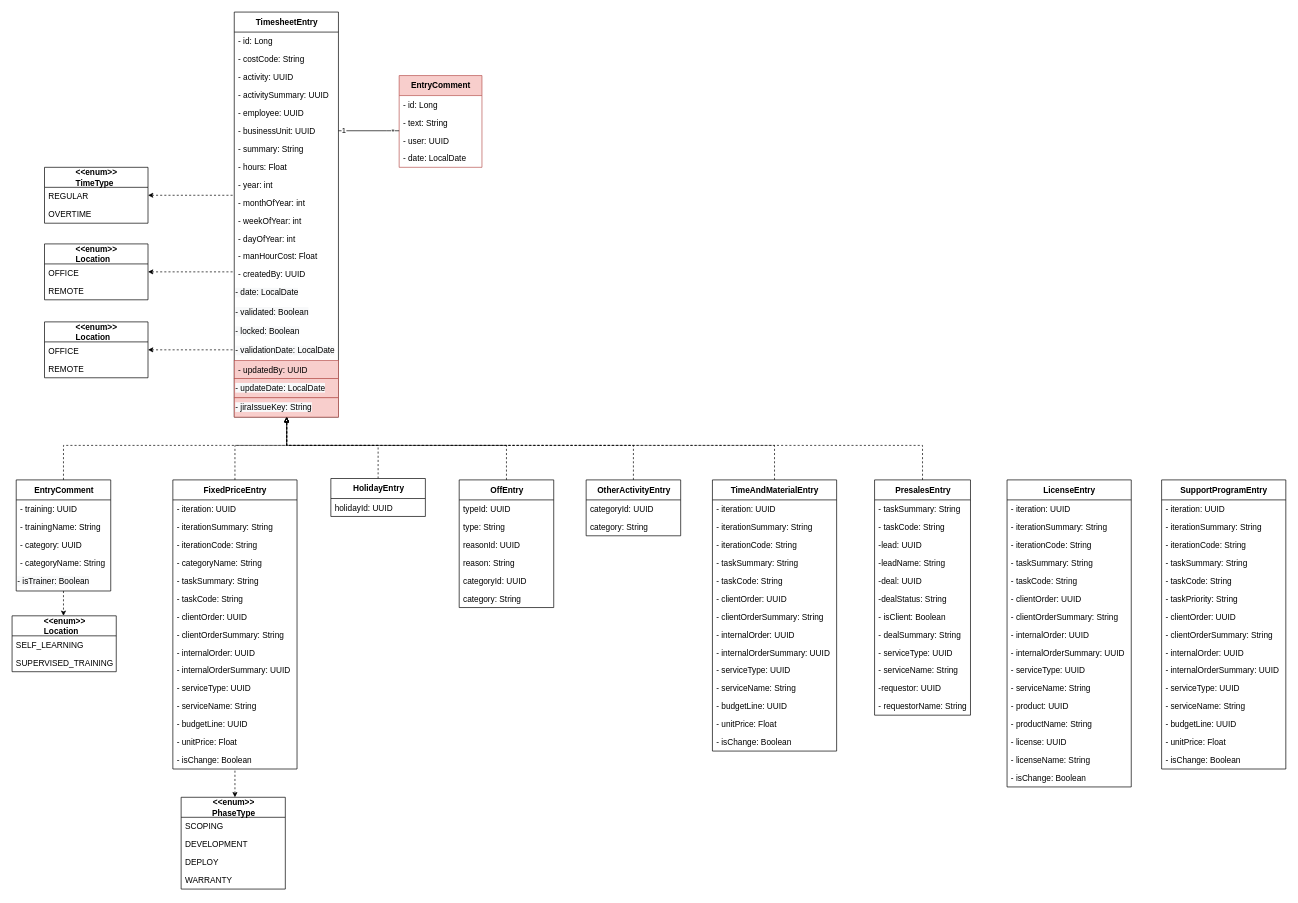
Earlier version of the draw.io diagram Sprint4/_DiagrammeClasseTimesheet.drawio (ZidiMedAmine/UML). Source tidied: cells renumbered, new cells numbered last; positions are measured from the earlier drawing's top-left corner, leaving out a move shared by most shapes. Both pictures are drawn from the tidied source at 69%, with x=0, y=0 at pixel (12, 12).
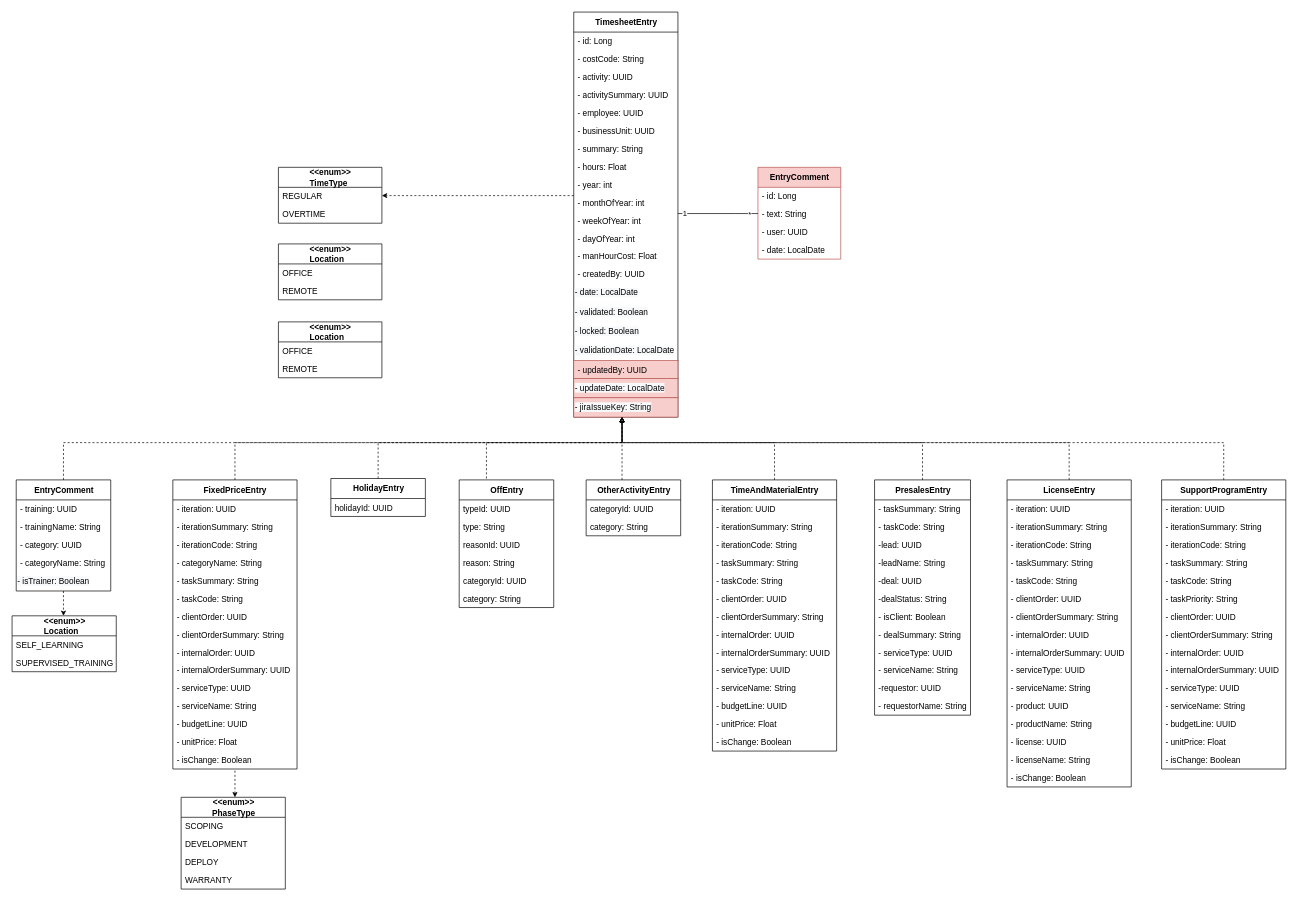
The same page after the edit.

Unchanged cells that the change refers to:
```xml
<mxCell id="8" value="- businessUnit: UUID" style="text;strokeColor=none;fillColor=none;align=left;verticalAlign=top;spacingLeft=4;spacingRight=4;overflow=hidden;points=[[0,0.5],[1,0.5]];portConstraint=eastwest;fontStyle=0;" parent="2" vertex="1">
  <mxGeometry y="159" width="151" height="26" as="geometry" />
</mxCell>
<mxCell id="45" value="&lt;b&gt;EntryComment&lt;/b&gt;" style="swimlane;fontStyle=0;align=center;verticalAlign=middle;horizontal=1;startSize=29;html=1;fontSize=12;labelPosition=center;verticalLabelPosition=middle;swimlaneLine=1;rounded=0;shadow=0;glass=0;sketch=0;perimeterSpacing=0;" parent="1" vertex="1">
  <mxGeometry x="6" y="678" width="137" height="161" as="geometry" />
</mxCell>
<mxCell id="56" value="&lt;b&gt;FixedPriceEntry&lt;/b&gt;" style="swimlane;fontStyle=0;align=center;verticalAlign=middle;horizontal=1;startSize=29;html=1;fontSize=12;labelPosition=center;verticalLabelPosition=middle;swimlaneLine=1;rounded=0;shadow=0;glass=0;sketch=0;perimeterSpacing=0;" parent="1" vertex="1">
  <mxGeometry x="233" y="678" width="180" height="419" as="geometry" />
</mxCell>
<mxCell id="79" value="&lt;span style=&quot;text-align: left&quot;&gt;&lt;b&gt;HolidayEntry&lt;/b&gt;&lt;/span&gt;" style="swimlane;fontStyle=0;align=center;verticalAlign=middle;horizontal=1;startSize=29;html=1;fontSize=12;labelPosition=center;verticalLabelPosition=middle;swimlaneLine=1;rounded=0;shadow=0;glass=0;sketch=0;perimeterSpacing=0;" parent="1" vertex="1">
  <mxGeometry x="462" y="676" width="137" height="55" as="geometry" />
</mxCell>
<mxCell id="82" value="&lt;div style=&quot;text-align: left&quot;&gt;&lt;span&gt;&lt;b&gt;OffEntry&lt;/b&gt;&lt;/span&gt;&lt;/div&gt;" style="swimlane;fontStyle=0;align=center;verticalAlign=middle;horizontal=1;startSize=29;html=1;fontSize=12;labelPosition=center;verticalLabelPosition=middle;swimlaneLine=1;rounded=0;shadow=0;glass=0;sketch=0;perimeterSpacing=0;" parent="1" vertex="1">
  <mxGeometry x="648" y="678" width="137" height="185" as="geometry" />
</mxCell>
<mxCell id="90" value="&lt;div style=&quot;text-align: left&quot;&gt;&lt;b&gt;OtherActivityEntry&lt;/b&gt;&lt;br&gt;&lt;/div&gt;" style="swimlane;fontStyle=0;align=center;verticalAlign=middle;horizontal=1;startSize=29;html=1;fontSize=12;labelPosition=center;verticalLabelPosition=middle;swimlaneLine=1;rounded=0;shadow=0;glass=0;sketch=0;perimeterSpacing=0;" parent="1" vertex="1">
  <mxGeometry x="832" y="678" width="137" height="81" as="geometry" />
</mxCell>
<mxCell id="94" value="&lt;b&gt;TimeAndMaterialEntry&lt;/b&gt;" style="swimlane;fontStyle=0;align=center;verticalAlign=middle;horizontal=1;startSize=29;html=1;fontSize=12;labelPosition=center;verticalLabelPosition=middle;swimlaneLine=1;rounded=0;shadow=0;glass=0;sketch=0;perimeterSpacing=0;" parent="1" vertex="1">
  <mxGeometry x="1015" y="678" width="180" height="393" as="geometry" />
</mxCell>
<mxCell id="110" value="&lt;div style=&quot;text-align: left&quot;&gt;&lt;b&gt;PresalesEntry&lt;/b&gt;&lt;br&gt;&lt;/div&gt;" style="swimlane;fontStyle=0;align=center;verticalAlign=middle;horizontal=1;startSize=29;html=1;fontSize=12;labelPosition=center;verticalLabelPosition=middle;swimlaneLine=1;rounded=0;shadow=0;glass=0;sketch=0;perimeterSpacing=0;" parent="1" vertex="1">
  <mxGeometry x="1250" y="678" width="139" height="341" as="geometry" />
</mxCell>
<mxCell id="123" value="&lt;b&gt;LicenseEntry&lt;/b&gt;" style="swimlane;fontStyle=0;align=center;verticalAlign=middle;horizontal=1;startSize=29;html=1;fontSize=12;labelPosition=center;verticalLabelPosition=middle;swimlaneLine=1;rounded=0;shadow=0;glass=0;sketch=0;perimeterSpacing=0;" parent="1" vertex="1">
  <mxGeometry x="1442" y="678" width="180" height="445" as="geometry" />
</mxCell>
<mxCell id="140" value="&lt;b&gt;SupportProgramEntry&lt;/b&gt;" style="swimlane;fontStyle=0;align=center;verticalAlign=middle;horizontal=1;startSize=29;html=1;fontSize=12;labelPosition=center;verticalLabelPosition=middle;swimlaneLine=1;rounded=0;shadow=0;glass=0;sketch=0;perimeterSpacing=0;" parent="1" vertex="1">
  <mxGeometry x="1666" y="678" width="180" height="419" as="geometry" />
</mxCell>
```

What changed in the source:
```diff
@@
     <mxCell id="2" value="&lt;b&gt;TimesheetEntry&lt;/b&gt;" style="swimlane;fontStyle=0;align=center;verticalAlign=middle;horizontal=1;startSize=29;html=1;fontSize=12;labelPosition=center;verticalLabelPosition=middle;strokeColor=default;swimlaneLine=1;rounded=0;shadow=0;glass=0;sketch=0;perimeterSpacing=0;" parent="1" vertex="1">
-      <mxGeometry x="322" width="151" height="587" as="geometry" />
+      <mxGeometry x="814" width="151" height="587" as="geometry" />
     </mxCell>
@@
-    <mxCell id="24" style="edgeStyle=orthogonalEdgeStyle;rounded=0;jettySize=auto;html=1;startArrow=classic;startFill=1;endArrow=none;endFill=0;endSize=5;startSize=5;dashed=1;" parent="1" edge="1" source="25" target="2">
+    <mxCell id="24" style="edgeStyle=orthogonalEdgeStyle;rounded=0;jettySize=auto;html=1;startArrow=none;startFill=0;endArrow=block;endFill=0;endSize=5;startSize=5;dashed=1;" parent="1" edge="1" source="79" target="2">
       <mxGeometry relative="1" as="geometry">
         <Array as="points">
-          <mxPoint x="265" y="265" />
-          <mxPoint x="265" y="265" />
+          <mxPoint x="531" y="624" />
+          <mxPoint x="884" y="624" />
         </Array>
       </mxGeometry>
     </mxCell>
     <mxCell id="25" value="&lt;b&gt;&amp;lt;&amp;lt;enum&amp;gt;&amp;gt;&lt;/b&gt;&lt;br&gt;&lt;div style=&quot;text-align: left&quot;&gt;&lt;span&gt;&lt;b&gt;TimeType&lt;/b&gt;&lt;/span&gt;&lt;/div&gt;" style="swimlane;fontStyle=0;align=center;verticalAlign=middle;horizontal=1;startSize=29;html=1;fontSize=12;labelPosition=center;verticalLabelPosition=middle;swimlaneLine=1;rounded=0;sketch=0;glass=0;" parent="1" vertex="1">
-      <mxGeometry x="47" y="225" width="150" height="81" as="geometry" />
+      <mxGeometry x="386" y="225" width="150" height="81" as="geometry" />
     </mxCell>
@@
-    <mxCell id="28" style="edgeStyle=orthogonalEdgeStyle;rounded=0;jettySize=auto;html=1;dashed=1;startArrow=classic;startFill=1;endArrow=none;endFill=0;startSize=5;endSize=5;" parent="1" edge="1" source="29" target="2">
-      <mxGeometry relative="1" as="geometry">
-        <Array as="points">
-          <mxPoint x="261" y="377" />
-          <mxPoint x="261" y="377" />
-        </Array>
-      </mxGeometry>
-    </mxCell>
     <mxCell id="29" value="&lt;b&gt;&amp;lt;&amp;lt;enum&amp;gt;&amp;gt;&lt;/b&gt;&lt;br&gt;&lt;div style=&quot;text-align: left&quot;&gt;&lt;b&gt;Location&lt;/b&gt;&lt;br&gt;&lt;/div&gt;" style="swimlane;fontStyle=0;align=center;verticalAlign=middle;horizontal=1;startSize=29;html=1;fontSize=12;labelPosition=center;verticalLabelPosition=middle;swimlaneLine=1;rounded=0;sketch=0;glass=0;" parent="1" vertex="1">
-      <mxGeometry x="47" y="336" width="150" height="81" as="geometry" />
+      <mxGeometry x="386" y="336" width="150" height="81" as="geometry" />
     </mxCell>
@@
-    <mxCell id="32" style="edgeStyle=orthogonalEdgeStyle;rounded=0;jettySize=auto;html=1;dashed=1;startArrow=classic;startFill=1;endArrow=none;endFill=0;startSize=5;endSize=5;" parent="1" edge="1" source="33" target="2">
-      <mxGeometry relative="1" as="geometry">
-        <Array as="points">
-          <mxPoint x="287" y="490" />
-          <mxPoint x="287" y="490" />
-        </Array>
-      </mxGeometry>
-    </mxCell>
     <mxCell id="33" value="&lt;b&gt;&amp;lt;&amp;lt;enum&amp;gt;&amp;gt;&lt;/b&gt;&lt;br&gt;&lt;div style=&quot;text-align: left&quot;&gt;&lt;b&gt;Location&lt;/b&gt;&lt;br&gt;&lt;/div&gt;" style="swimlane;fontStyle=0;align=center;verticalAlign=middle;horizontal=1;startSize=29;html=1;fontSize=12;labelPosition=center;verticalLabelPosition=middle;swimlaneLine=1;rounded=0;sketch=0;glass=0;" parent="1" vertex="1">
-      <mxGeometry x="47" y="449" width="150" height="81" as="geometry" />
+      <mxGeometry x="386" y="449" width="150" height="81" as="geometry" />
     </mxCell>
@@
     <mxCell id="36" value="&lt;b&gt;EntryComment&lt;/b&gt;" style="swimlane;fontStyle=0;align=center;verticalAlign=middle;horizontal=1;startSize=29;html=1;fontSize=12;labelPosition=center;verticalLabelPosition=middle;strokeColor=#b85450;swimlaneLine=1;rounded=0;shadow=0;glass=0;sketch=0;perimeterSpacing=0;fillColor=#f8cecc;" parent="1" vertex="1">
-      <mxGeometry x="561" y="92" width="120" height="133" as="geometry" />
+      <mxGeometry x="1081" y="225" width="120" height="133" as="geometry" />
     </mxCell>
@@
-    <mxCell id="41" style="edgeStyle=orthogonalEdgeStyle;rounded=0;jettySize=auto;html=1;startArrow=none;startFill=0;endArrow=none;endFill=0;startSize=5;endSize=5;" parent="1" edge="1" source="8" target="36">
+    <mxCell id="41" style="edgeStyle=orthogonalEdgeStyle;rounded=0;jettySize=auto;html=1;startArrow=none;startFill=0;endArrow=none;endFill=0;startSize=5;endSize=5;" parent="1" edge="1" source="2" target="36">
       <mxGeometry relative="1" as="geometry">
         <Array as="points">
-          <mxPoint x="543" y="172" />
-          <mxPoint x="543" y="172" />
+          <mxPoint x="1049" y="292" />
+          <mxPoint x="1049" y="292" />
         </Array>
       </mxGeometry>
     </mxCell>
@@
     <mxCell id="44" style="edgeStyle=orthogonalEdgeStyle;rounded=0;jettySize=auto;html=1;dashed=1;startArrow=none;startFill=0;endArrow=block;endFill=0;startSize=5;endSize=5;" parent="1" edge="1" source="45" target="2">
       <mxGeometry relative="1" as="geometry">
         <Array as="points">
-          <mxPoint x="74" y="628" />
-          <mxPoint x="398" y="628" />
+          <mxPoint x="75" y="624" />
+          <mxPoint x="884" y="624" />
         </Array>
       </mxGeometry>
     </mxCell>
@@
     <mxCell id="55" style="edgeStyle=orthogonalEdgeStyle;rounded=0;jettySize=auto;html=1;dashed=1;startArrow=none;startFill=0;endArrow=block;endFill=0;startSize=5;endSize=5;" parent="1" edge="1" source="56" target="2">
       <mxGeometry relative="1" as="geometry">
         <Array as="points">
-          <mxPoint x="323" y="628" />
-          <mxPoint x="398" y="628" />
+          <mxPoint x="323" y="624" />
+          <mxPoint x="884" y="624" />
         </Array>
       </mxGeometry>
     </mxCell>
@@
-    <mxCell id="78" style="edgeStyle=orthogonalEdgeStyle;rounded=0;jettySize=auto;html=1;dashed=1;startArrow=none;startFill=0;endArrow=block;endFill=0;startSize=5;endSize=5;" parent="1" edge="1" source="79" target="2">
+    <mxCell id="78" style="edgeStyle=orthogonalEdgeStyle;rounded=0;jettySize=auto;html=1;dashed=1;startArrow=none;startFill=0;endArrow=block;endFill=0;startSize=5;endSize=5;" parent="1" edge="1" target="2">
       <mxGeometry relative="1" as="geometry">
+        <mxPoint x="687.5" y="676" as="sourcePoint" />
         <Array as="points">
-          <mxPoint x="531" y="628" />
-          <mxPoint x="398" y="628" />
+          <mxPoint x="688" y="624" />
+          <mxPoint x="884" y="624" />
         </Array>
       </mxGeometry>
     </mxCell>
@@
-    <mxCell id="81" style="edgeStyle=orthogonalEdgeStyle;rounded=0;jettySize=auto;html=1;dashed=1;startArrow=none;startFill=0;endArrow=block;endFill=0;startSize=5;endSize=5;" parent="1" edge="1" source="82" target="2">
-      <mxGeometry relative="1" as="geometry">
-        <Array as="points">
-          <mxPoint x="717" y="628" />
-          <mxPoint x="398" y="628" />
-        </Array>
-      </mxGeometry>
-    </mxCell>
@@
     <mxCell id="89" style="edgeStyle=orthogonalEdgeStyle;rounded=0;jettySize=auto;html=1;dashed=1;endSize=5;startSize=5;endArrow=block;endFill=0;" parent="1" edge="1" source="90" target="2">
       <mxGeometry relative="1" as="geometry">
         <Array as="points">
-          <mxPoint x="901" y="628" />
-          <mxPoint x="398" y="628" />
+          <mxPoint x="884" y="659" />
+          <mxPoint x="884" y="659" />
         </Array>
       </mxGeometry>
     </mxCell>
@@
     <mxCell id="93" style="edgeStyle=orthogonalEdgeStyle;rounded=0;jettySize=auto;html=1;dashed=1;endArrow=block;endFill=0;startSize=5;endSize=5;" parent="1" edge="1" source="94" target="2">
       <mxGeometry relative="1" as="geometry">
         <Array as="points">
-          <mxPoint x="1105" y="628" />
-          <mxPoint x="398" y="628" />
+          <mxPoint x="1105" y="624" />
+          <mxPoint x="884" y="624" />
         </Array>
       </mxGeometry>
     </mxCell>
@@
     <mxCell id="109" style="edgeStyle=orthogonalEdgeStyle;rounded=0;jettySize=auto;html=1;dashed=1;endArrow=block;endFill=0;startSize=5;endSize=5;" parent="1" edge="1" source="110" target="2">
       <mxGeometry relative="1" as="geometry">
         <Array as="points">
-          <mxPoint x="1320" y="628" />
-          <mxPoint x="398" y="628" />
+          <mxPoint x="1320" y="624" />
+          <mxPoint x="884" y="624" />
         </Array>
       </mxGeometry>
     </mxCell>
@@
+    <mxCell id="156" style="edgeStyle=orthogonalEdgeStyle;rounded=0;jettySize=auto;html=1;dashed=1;endArrow=block;endFill=0;startSize=5;endSize=5;" parent="1" edge="1" source="123" target="2">
+      <mxGeometry relative="1" as="geometry">
+        <Array as="points">
+          <mxPoint x="1532" y="624" />
+          <mxPoint x="884" y="624" />
+        </Array>
+      </mxGeometry>
+    </mxCell>
@@
+    <mxCell id="157" style="edgeStyle=orthogonalEdgeStyle;rounded=0;jettySize=auto;html=1;dashed=1;startArrow=none;startFill=0;endArrow=block;endFill=0;startSize=5;endSize=5;" parent="1" edge="1" source="140" target="2">
+      <mxGeometry relative="1" as="geometry">
+        <Array as="points">
+          <mxPoint x="1756" y="624" />
+          <mxPoint x="884" y="624" />
+        </Array>
+      </mxGeometry>
+    </mxCell>
@@
+    <mxCell id="158" style="edgeStyle=orthogonalEdgeStyle;rounded=0;jettySize=auto;html=1;dashed=1;startArrow=none;startFill=0;endArrow=classic;endFill=1;startSize=5;endSize=5;" parent="1" edge="1" source="2" target="25">
+      <mxGeometry relative="1" as="geometry">
+        <Array as="points">
+          <mxPoint x="734" y="266" />
+          <mxPoint x="734" y="266" />
+        </Array>
+      </mxGeometry>
+    </mxCell>
```
